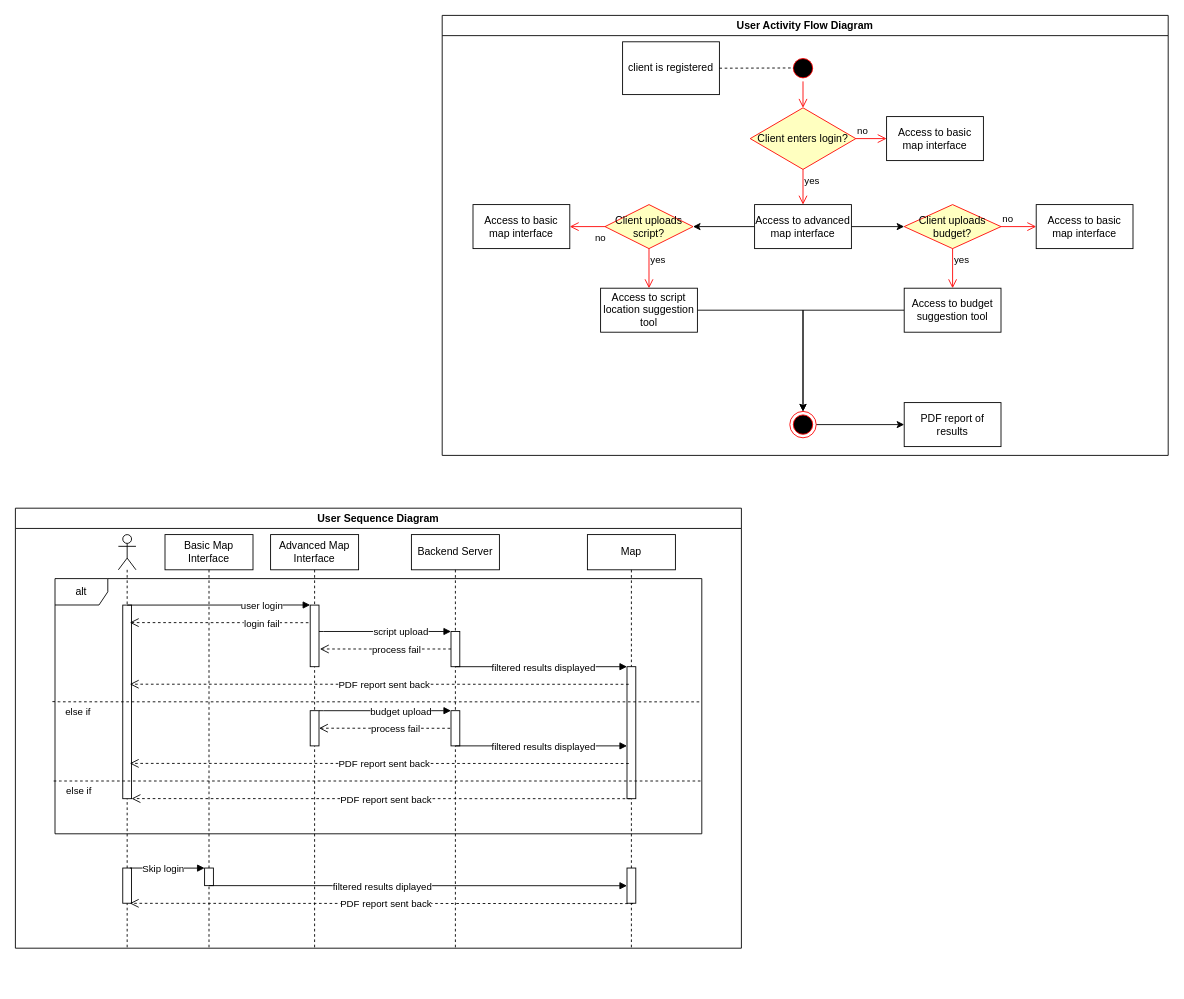
This is UML Activity Diagram.drawio from Ibrahim-Screencrib/AI-Line-Producer, a draw.io file, before an edit. Source tidied: cells renumbered, new cells numbered last; positions are measured from the earlier drawing's top-left corner, leaving out a move shared by most shapes. Both pictures are drawn from the tidied source at 88%, with x=0, y=0 at pixel (15, 15).
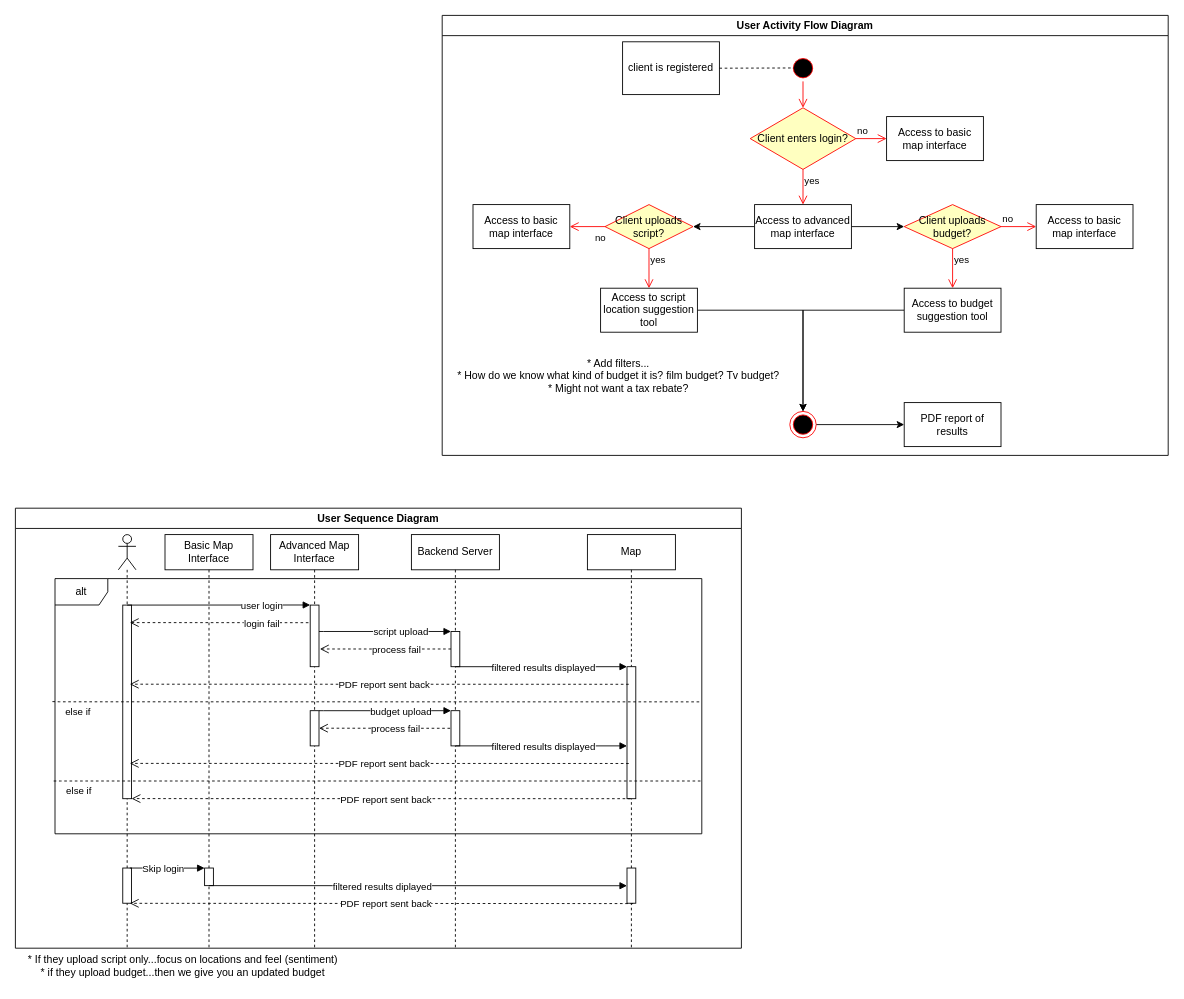
The same page after the edit.

Unchanged cells that the change refers to:
```xml
<mxCell id="27" value="User Activity Flow Diagram" style="swimlane;" parent="1" vertex="1">
  <mxGeometry x="485" width="825" height="500" as="geometry" />
</mxCell>
```

Change to the diagram source:
```diff
@@
+    <mxCell id="63" value="* Add filters...&lt;br&gt;* How do we know what kind of budget it is? film budget? Tv budget?&lt;br&gt;* Might not want a tax rebate?" style="text;html=1;align=center;verticalAlign=middle;strokeColor=none;fillColor=none;" parent="27" vertex="1">
+      <mxGeometry x="5" y="380" width="390" height="60" as="geometry" />
+    </mxCell>
@@
+    <mxCell id="64" value="* If they upload script only...focus on locations and feel (sentiment)&lt;br&gt;* if they upload budget...then we give you an updated budget" style="text;html=1;align=center;verticalAlign=middle;strokeColor=none;fillColor=none;" parent="1" vertex="1">
+      <mxGeometry y="1060" width="380" height="40" as="geometry" />
+    </mxCell>
```
